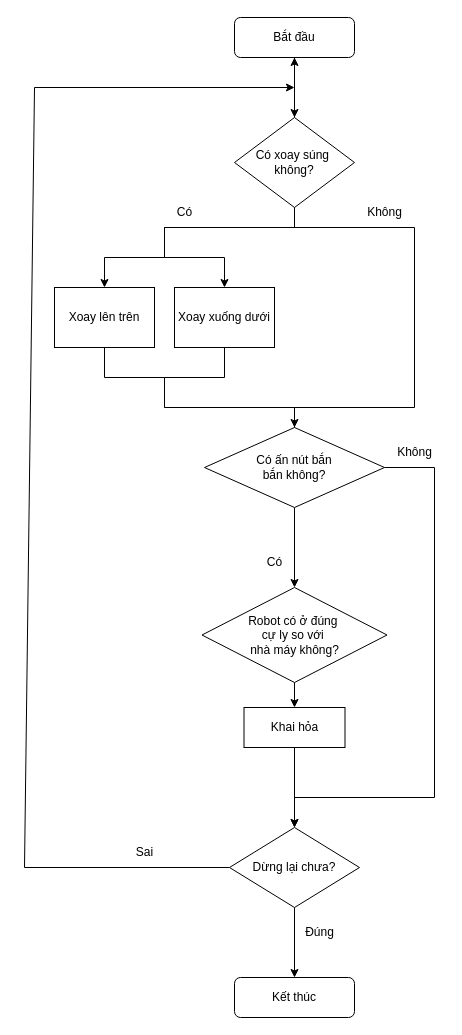
Before: Shooting.drawio in Binhbong3/TREK, a draw.io diagram. Source tidied: cells renumbered, new cells numbered last; positions are measured from the earlier drawing's top-left corner, leaving out a move shared by most shapes. Both pictures are drawn from the tidied source at 100%, with x=0, y=0 at pixel (24, 17).
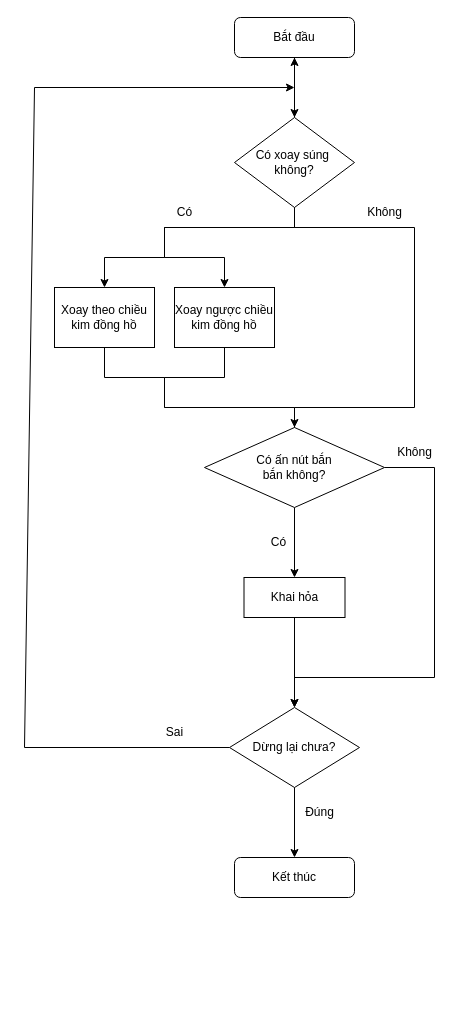
The same diagram, later.

Unchanged cells that the change refers to:
```xml
<mxCell id="23" value="Có ấn nút bắn&lt;div&gt;bắn không?&lt;/div&gt;" style="rhombus;whiteSpace=wrap;html=1;" parent="1" vertex="1">
  <mxGeometry x="180" y="410" width="180" height="80" as="geometry" />
</mxCell>
```

Diff of the diagram source:
```diff
@@
     <mxCell id="3" value="Kết thúc" style="rounded=1;whiteSpace=wrap;html=1;fontSize=12;glass=0;strokeWidth=1;shadow=0;" parent="1" vertex="1">
-      <mxGeometry x="210" y="960" width="120" height="40" as="geometry" />
+      <mxGeometry x="210" y="840" width="120" height="40" as="geometry" />
     </mxCell>
@@
-    <mxCell id="7" style="endArrow=classic;html=1;rounded=0;exitX=0.5;exitY=1;exitDx=0;exitDy=0;entryX=0.5;entryY=0;entryDx=0;entryDy=0;" parent="1" edge="1" source="23" target="26">
+    <mxCell id="7" style="endArrow=classic;html=1;rounded=0;exitX=0.5;exitY=1;exitDx=0;exitDy=0;entryX=0.5;entryY=0;entryDx=0;entryDy=0;" parent="1" edge="1" source="23" target="28">
       <mxGeometry relative="1" as="geometry" />
     </mxCell>
-    <mxCell id="8" style="endArrow=classic;html=1;rounded=0;exitX=1;exitY=0.5;exitDx=0;exitDy=0;" parent="1" edge="1" source="23">
+    <mxCell id="8" style="endArrow=classic;html=1;rounded=0;exitX=1;exitY=0.5;exitDx=0;exitDy=0;entryX=0.5;entryY=0;entryDx=0;entryDy=0;" parent="1" edge="1" source="23" target="9">
       <mxGeometry relative="1" as="geometry">
-        <mxPoint x="270" y="810" as="targetPoint" />
         <Array as="points">
           <mxPoint x="410" y="450" />
-          <mxPoint x="410" y="780" />
-          <mxPoint x="270" y="780" />
+          <mxPoint x="410" y="660" />
+          <mxPoint x="270" y="660" />
         </Array>
       </mxGeometry>
     </mxCell>
     <mxCell id="9" value="Dừng lại chưa?" style="rhombus;whiteSpace=wrap;html=1;" parent="1" vertex="1">
-      <mxGeometry x="205" y="810" width="130" height="80" as="geometry" />
+      <mxGeometry x="205" y="690" width="130" height="80" as="geometry" />
     </mxCell>
@@
     <mxCell id="11" value="Đúng" style="text;html=1;align=center;verticalAlign=middle;strokeColor=none;fillColor=none;" parent="1" vertex="1">
-      <mxGeometry x="270" y="900" width="50" height="30" as="geometry" />
+      <mxGeometry x="270" y="780" width="50" height="30" as="geometry" />
     </mxCell>
     <mxCell id="12" style="endArrow=classic;html=1;rounded=0;exitX=0;exitY=0.5;exitDx=0;exitDy=0;" parent="1" edge="1" source="9">
       <mxGeometry relative="1" as="geometry">
         <mxPoint x="270" y="70" as="targetPoint" />
         <Array as="points">
-          <mxPoint y="850" />
+          <mxPoint y="730" />
           <mxPoint x="10" y="70" />
         </Array>
       </mxGeometry>
     </mxCell>
     <mxCell id="13" value="Sai" style="text;html=1;align=center;verticalAlign=middle;strokeColor=none;fillColor=none;" parent="1" vertex="1">
-      <mxGeometry x="100" y="820" width="40" height="30" as="geometry" />
+      <mxGeometry x="130" y="700" width="40" height="30" as="geometry" />
     </mxCell>
@@
-    <mxCell id="16" value="Xoay lên trên" style="rounded=0;whiteSpace=wrap;html=1;" parent="1" vertex="1">
+    <mxCell id="16" value="Xoay theo chiều kim đồng hồ" style="rounded=0;whiteSpace=wrap;html=1;" parent="1" vertex="1">
       <mxGeometry x="30" y="270" width="100" height="60" as="geometry" />
     </mxCell>
@@
-    <mxCell id="20" value="Xoay xuống dưới" style="rounded=0;whiteSpace=wrap;html=1;" parent="1" vertex="1">
+    <mxCell id="20" value="Xoay ngược chiều kim đồng hồ" style="rounded=0;whiteSpace=wrap;html=1;" parent="1" vertex="1">
       <mxGeometry x="150" y="270" width="100" height="60" as="geometry" />
     </mxCell>
@@
     <mxCell id="25" value="Có" style="text;html=1;align=center;verticalAlign=middle;strokeColor=none;fillColor=none;" parent="1" vertex="1">
-      <mxGeometry x="230" y="530" width="40" height="30" as="geometry" />
+      <mxGeometry x="234" y="510" width="40" height="30" as="geometry" />
     </mxCell>
-    <mxCell id="26" value="Robot có ở đúng&amp;nbsp;&lt;div&gt;cự ly so với&amp;nbsp;&lt;/div&gt;&lt;div&gt;nhà máy không?&lt;/div&gt;" style="rhombus;whiteSpace=wrap;html=1;" parent="1" vertex="1">
-      <mxGeometry x="177.5" y="570" width="185" height="95" as="geometry" />
-    </mxCell>
-    <mxCell id="27" style="endArrow=classic;html=1;rounded=0;exitX=0.5;exitY=1;exitDx=0;exitDy=0;" parent="1" edge="1" source="26">
-      <mxGeometry relative="1" as="geometry">
-        <mxPoint x="270" y="690" as="targetPoint" />
-      </mxGeometry>
-    </mxCell>
     <mxCell id="28" value="Khai hỏa" style="rounded=0;whiteSpace=wrap;html=1;" parent="1" vertex="1">
-      <mxGeometry x="219.5" y="690" width="101" height="40" as="geometry" />
+      <mxGeometry x="219.5" y="560" width="101" height="40" as="geometry" />
     </mxCell>
```
